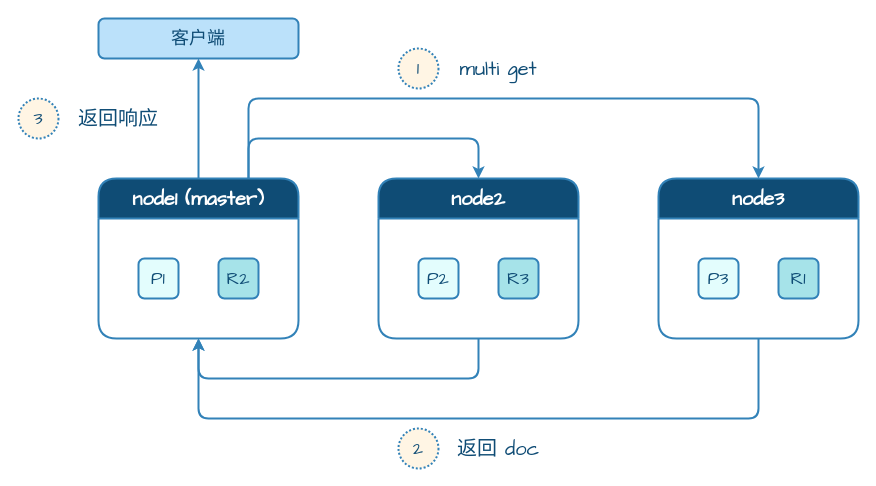
dunwu/waterdrop keeps this draw.io diagram as page "查询流程（Fetch）" (2 of 4) of assets/数据库/搜索引擎数据库/Elasticsearch_架构.drawio. Above is the earlier version. Source tidied: cells renumbered, new cells numbered last; positions are measured from the earlier drawing's top-left corner, leaving out a move shared by most shapes. Both pictures are drawn from the tidied source at 100%, with x=0, y=0 at pixel (18, 18).
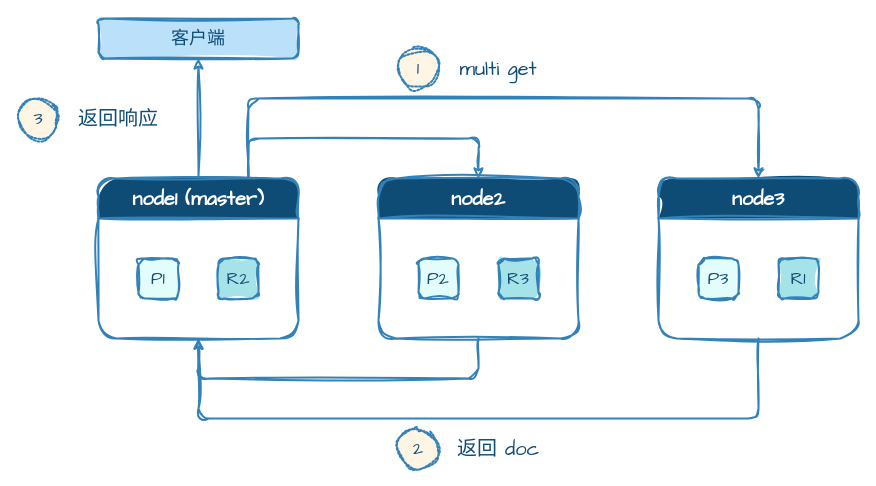
Above is the later version.

Change to the diagram source:
```diff
@@
-    <mxCell id="2" style="edgeStyle=orthogonalEdgeStyle;shape=connector;rounded=1;jettySize=auto;html=1;exitX=0.75;exitY=0;exitDx=0;exitDy=0;entryX=0.5;entryY=0;entryDx=0;entryDy=0;labelBackgroundColor=default;strokeColor=#3282B8;strokeWidth=2;align=center;verticalAlign=middle;fontFamily=Comic Sans MS;fontSize=18;fontColor=#0F4C75;endArrow=classic;" parent="1" edge="1" source="5" target="13">
+    <mxCell id="2" style="edgeStyle=orthogonalEdgeStyle;shape=connector;rounded=1;jettySize=auto;html=1;exitX=0.75;exitY=0;exitDx=0;exitDy=0;entryX=0.5;entryY=0;entryDx=0;entryDy=0;labelBackgroundColor=default;strokeColor=#3282B8;strokeWidth=2;align=center;verticalAlign=middle;fontFamily=Comic Sans MS;fontSize=18;fontColor=#0F4C75;endArrow=classic;sketch=1;curveFitting=1;jiggle=2;" parent="1" edge="1" source="5" target="13">
       <mxGeometry relative="1" as="geometry">
         <Array as="points">
           <mxPoint x="230" y="80" />
           <mxPoint x="740" y="80" />
         </Array>
       </mxGeometry>
     </mxCell>
-    <mxCell id="3" style="edgeStyle=orthogonalEdgeStyle;shape=connector;rounded=1;jettySize=auto;html=1;exitX=0.75;exitY=0;exitDx=0;exitDy=0;entryX=0.5;entryY=0;entryDx=0;entryDy=0;labelBackgroundColor=default;strokeColor=#3282B8;strokeWidth=2;align=center;verticalAlign=middle;fontFamily=Comic Sans MS;fontSize=18;fontColor=#0F4C75;endArrow=classic;" parent="1" edge="1" source="5" target="9">
+    <mxCell id="3" style="edgeStyle=orthogonalEdgeStyle;shape=connector;rounded=1;jettySize=auto;html=1;exitX=0.75;exitY=0;exitDx=0;exitDy=0;entryX=0.5;entryY=0;entryDx=0;entryDy=0;labelBackgroundColor=default;strokeColor=#3282B8;strokeWidth=2;align=center;verticalAlign=middle;fontFamily=Comic Sans MS;fontSize=18;fontColor=#0F4C75;endArrow=classic;sketch=1;curveFitting=1;jiggle=2;" parent="1" edge="1" source="5" target="9">
       <mxGeometry relative="1" as="geometry">
         <Array as="points">
           <mxPoint x="230" y="120" />
           <mxPoint x="460" y="120" />
         </Array>
       </mxGeometry>
     </mxCell>
-    <mxCell id="4" style="edgeStyle=orthogonalEdgeStyle;shape=connector;rounded=1;jettySize=auto;html=1;entryX=0.5;entryY=1;entryDx=0;entryDy=0;labelBackgroundColor=default;strokeColor=#3282B8;strokeWidth=2;align=center;verticalAlign=middle;fontFamily=Comic Sans MS;fontSize=18;fontColor=#0F4C75;endArrow=classic;" parent="1" edge="1" source="5" target="16">
+    <mxCell id="4" style="edgeStyle=orthogonalEdgeStyle;shape=connector;rounded=1;jettySize=auto;html=1;entryX=0.5;entryY=1;entryDx=0;entryDy=0;labelBackgroundColor=default;strokeColor=#3282B8;strokeWidth=2;align=center;verticalAlign=middle;fontFamily=Comic Sans MS;fontSize=18;fontColor=#0F4C75;endArrow=classic;sketch=1;curveFitting=1;jiggle=2;" parent="1" edge="1" source="5" target="16">
       <mxGeometry relative="1" as="geometry" />
     </mxCell>
-    <mxCell id="5" value="node1 (master)" style="swimlane;whiteSpace=wrap;html=1;rounded=1;shadow=0;strokeColor=#3282B8;strokeWidth=2;align=center;verticalAlign=middle;fontFamily=Comic Sans MS;fontSize=20;fontColor=#FFFFFF;fillColor=#0F4C75;startSize=40;fontStyle=1;swimlaneFillColor=none;swimlaneLine=1;" parent="1" vertex="1">
+    <mxCell id="5" value="node1 (master)" style="swimlane;whiteSpace=wrap;html=1;rounded=1;shadow=0;strokeColor=#3282B8;strokeWidth=2;align=center;verticalAlign=middle;fontFamily=Comic Sans MS;fontSize=20;fontColor=#FFFFFF;fillColor=#0F4C75;startSize=40;fontStyle=1;swimlaneFillColor=none;swimlaneLine=1;sketch=1;curveFitting=1;jiggle=2;fillStyle=solid;" parent="1" vertex="1">
       <mxGeometry x="80" y="160" width="200" height="160" as="geometry" />
     </mxCell>
-    <mxCell id="6" value="P1" style="rounded=1;whiteSpace=wrap;html=1;shadow=0;strokeColor=#3282B8;strokeWidth=2;align=center;verticalAlign=middle;spacing=20;fontFamily=Comic Sans MS;fontSize=18;fontColor=#0F4C75;fillColor=#E3FDFD;" parent="5" vertex="1">
+    <mxCell id="6" value="P1" style="rounded=1;whiteSpace=wrap;html=1;shadow=0;strokeColor=#3282B8;strokeWidth=2;align=center;verticalAlign=middle;spacing=20;fontFamily=Comic Sans MS;fontSize=18;fontColor=#0F4C75;fillColor=#E3FDFD;sketch=1;curveFitting=1;jiggle=2;fillStyle=solid;" parent="5" vertex="1">
       <mxGeometry x="40" y="80" width="40" height="40" as="geometry" />
     </mxCell>
-    <mxCell id="7" value="R2" style="rounded=1;whiteSpace=wrap;html=1;shadow=0;strokeColor=#3282B8;strokeWidth=2;align=center;verticalAlign=middle;spacing=20;fontFamily=Comic Sans MS;fontSize=18;fontColor=#0F4C75;fillColor=#A6E3E9;" parent="5" vertex="1">
+    <mxCell id="7" value="R2" style="rounded=1;whiteSpace=wrap;html=1;shadow=0;strokeColor=#3282B8;strokeWidth=2;align=center;verticalAlign=middle;spacing=20;fontFamily=Comic Sans MS;fontSize=18;fontColor=#0F4C75;fillColor=#A6E3E9;sketch=1;curveFitting=1;jiggle=2;fillStyle=solid;" parent="5" vertex="1">
       <mxGeometry x="120" y="80" width="40" height="40" as="geometry" />
     </mxCell>
-    <mxCell id="8" style="edgeStyle=orthogonalEdgeStyle;shape=connector;rounded=1;jettySize=auto;html=1;exitX=0.5;exitY=1;exitDx=0;exitDy=0;entryX=0.5;entryY=1;entryDx=0;entryDy=0;labelBackgroundColor=default;strokeColor=#3282B8;strokeWidth=2;align=center;verticalAlign=middle;fontFamily=Comic Sans MS;fontSize=18;fontColor=#0F4C75;endArrow=classic;" parent="1" edge="1" source="9" target="5">
+    <mxCell id="8" style="edgeStyle=orthogonalEdgeStyle;shape=connector;rounded=1;jettySize=auto;html=1;exitX=0.5;exitY=1;exitDx=0;exitDy=0;entryX=0.5;entryY=1;entryDx=0;entryDy=0;labelBackgroundColor=default;strokeColor=#3282B8;strokeWidth=2;align=center;verticalAlign=middle;fontFamily=Comic Sans MS;fontSize=18;fontColor=#0F4C75;endArrow=classic;sketch=1;curveFitting=1;jiggle=2;" parent="1" edge="1" source="9" target="5">
       <mxGeometry relative="1" as="geometry">
         <Array as="points">
           <mxPoint x="460" y="360" />
           <mxPoint x="180" y="360" />
         </Array>
       </mxGeometry>
     </mxCell>
-    <mxCell id="9" value="node2" style="swimlane;whiteSpace=wrap;html=1;rounded=1;shadow=0;strokeColor=#3282B8;strokeWidth=2;align=center;verticalAlign=middle;fontFamily=Comic Sans MS;fontSize=20;fontColor=#FFFFFF;fillColor=#0F4C75;startSize=40;fontStyle=1;swimlaneFillColor=none;swimlaneLine=1;" parent="1" vertex="1">
+    <mxCell id="9" value="node2" style="swimlane;whiteSpace=wrap;html=1;rounded=1;shadow=0;strokeColor=#3282B8;strokeWidth=2;align=center;verticalAlign=middle;fontFamily=Comic Sans MS;fontSize=20;fontColor=#FFFFFF;fillColor=#0F4C75;startSize=40;fontStyle=1;swimlaneFillColor=none;swimlaneLine=1;sketch=1;curveFitting=1;jiggle=2;fillStyle=solid;" parent="1" vertex="1">
       <mxGeometry x="360" y="160" width="200" height="160" as="geometry" />
     </mxCell>
-    <mxCell id="10" value="P2" style="rounded=1;whiteSpace=wrap;html=1;shadow=0;strokeColor=#3282B8;strokeWidth=2;align=center;verticalAlign=middle;spacing=20;fontFamily=Comic Sans MS;fontSize=18;fontColor=#0F4C75;fillColor=#E3FDFD;" parent="9" vertex="1">
+    <mxCell id="10" value="P2" style="rounded=1;whiteSpace=wrap;html=1;shadow=0;strokeColor=#3282B8;strokeWidth=2;align=center;verticalAlign=middle;spacing=20;fontFamily=Comic Sans MS;fontSize=18;fontColor=#0F4C75;fillColor=#E3FDFD;sketch=1;curveFitting=1;jiggle=2;fillStyle=solid;" parent="9" vertex="1">
       <mxGeometry x="40" y="80" width="40" height="40" as="geometry" />
     </mxCell>
-    <mxCell id="11" value="R3" style="rounded=1;whiteSpace=wrap;html=1;shadow=0;strokeColor=#3282B8;strokeWidth=2;align=center;verticalAlign=middle;spacing=20;fontFamily=Comic Sans MS;fontSize=18;fontColor=#0F4C75;fillColor=#A6E3E9;" parent="9" vertex="1">
+    <mxCell id="11" value="R3" style="rounded=1;whiteSpace=wrap;html=1;shadow=0;strokeColor=#3282B8;strokeWidth=2;align=center;verticalAlign=middle;spacing=20;fontFamily=Comic Sans MS;fontSize=18;fontColor=#0F4C75;fillColor=#A6E3E9;sketch=1;curveFitting=1;jiggle=2;fillStyle=solid;" parent="9" vertex="1">
       <mxGeometry x="120" y="80" width="40" height="40" as="geometry" />
     </mxCell>
-    <mxCell id="12" style="edgeStyle=orthogonalEdgeStyle;shape=connector;rounded=1;jettySize=auto;html=1;exitX=0.5;exitY=1;exitDx=0;exitDy=0;labelBackgroundColor=default;strokeColor=#3282B8;strokeWidth=2;align=center;verticalAlign=middle;fontFamily=Comic Sans MS;fontSize=18;fontColor=#0F4C75;endArrow=classic;entryX=0.5;entryY=1;entryDx=0;entryDy=0;" parent="1" edge="1" source="13" target="5">
+    <mxCell id="12" style="edgeStyle=orthogonalEdgeStyle;shape=connector;rounded=1;jettySize=auto;html=1;exitX=0.5;exitY=1;exitDx=0;exitDy=0;labelBackgroundColor=default;strokeColor=#3282B8;strokeWidth=2;align=center;verticalAlign=middle;fontFamily=Comic Sans MS;fontSize=18;fontColor=#0F4C75;endArrow=classic;entryX=0.5;entryY=1;entryDx=0;entryDy=0;sketch=1;curveFitting=1;jiggle=2;" parent="1" edge="1" source="13" target="5">
       <mxGeometry relative="1" as="geometry">
         <Array as="points">
           <mxPoint x="740" y="400" />
           <mxPoint x="180" y="400" />
         </Array>
       </mxGeometry>
     </mxCell>
-    <mxCell id="13" value="node3" style="swimlane;whiteSpace=wrap;html=1;rounded=1;shadow=0;strokeColor=#3282B8;strokeWidth=2;align=center;verticalAlign=middle;fontFamily=Comic Sans MS;fontSize=20;fontColor=#FFFFFF;fillColor=#0F4C75;startSize=40;fontStyle=1;swimlaneFillColor=none;swimlaneLine=1;" parent="1" vertex="1">
+    <mxCell id="13" value="node3" style="swimlane;whiteSpace=wrap;html=1;rounded=1;shadow=0;strokeColor=#3282B8;strokeWidth=2;align=center;verticalAlign=middle;fontFamily=Comic Sans MS;fontSize=20;fontColor=#FFFFFF;fillColor=#0F4C75;startSize=40;fontStyle=1;swimlaneFillColor=none;swimlaneLine=1;sketch=1;curveFitting=1;jiggle=2;fillStyle=solid;" parent="1" vertex="1">
       <mxGeometry x="640" y="160" width="200" height="160" as="geometry" />
     </mxCell>
-    <mxCell id="14" value="P3" style="rounded=1;whiteSpace=wrap;html=1;shadow=0;strokeColor=#3282B8;strokeWidth=2;align=center;verticalAlign=middle;spacing=20;fontFamily=Comic Sans MS;fontSize=18;fontColor=#0F4C75;fillColor=#E3FDFD;" parent="13" vertex="1">
+    <mxCell id="14" value="P3" style="rounded=1;whiteSpace=wrap;html=1;shadow=0;strokeColor=#3282B8;strokeWidth=2;align=center;verticalAlign=middle;spacing=20;fontFamily=Comic Sans MS;fontSize=18;fontColor=#0F4C75;fillColor=#E3FDFD;sketch=1;curveFitting=1;jiggle=2;fillStyle=solid;" parent="13" vertex="1">
       <mxGeometry x="40" y="80" width="40" height="40" as="geometry" />
     </mxCell>
-    <mxCell id="15" value="R1" style="rounded=1;whiteSpace=wrap;html=1;shadow=0;strokeColor=#3282B8;strokeWidth=2;align=center;verticalAlign=middle;spacing=20;fontFamily=Comic Sans MS;fontSize=18;fontColor=#0F4C75;fillColor=#A6E3E9;" parent="13" vertex="1">
+    <mxCell id="15" value="R1" style="rounded=1;whiteSpace=wrap;html=1;shadow=0;strokeColor=#3282B8;strokeWidth=2;align=center;verticalAlign=middle;spacing=20;fontFamily=Comic Sans MS;fontSize=18;fontColor=#0F4C75;fillColor=#A6E3E9;sketch=1;curveFitting=1;jiggle=2;fillStyle=solid;" parent="13" vertex="1">
       <mxGeometry x="120" y="80" width="40" height="40" as="geometry" />
     </mxCell>
-    <mxCell id="16" value="客户端" style="rounded=1;whiteSpace=wrap;html=1;shadow=0;strokeColor=#3282B8;strokeWidth=2;align=center;verticalAlign=middle;spacing=20;fontFamily=Comic Sans MS;fontSize=18;fontColor=#0F4C75;fillColor=#BBE1FA;" parent="1" vertex="1">
+    <mxCell id="16" value="客户端" style="rounded=1;whiteSpace=wrap;html=1;shadow=0;strokeColor=#3282B8;strokeWidth=2;align=center;verticalAlign=middle;spacing=20;fontFamily=Comic Sans MS;fontSize=18;fontColor=#0F4C75;fillColor=#BBE1FA;sketch=1;curveFitting=1;jiggle=2;fillStyle=solid;" parent="1" vertex="1">
       <mxGeometry x="80" width="200" height="40" as="geometry" />
     </mxCell>
-    <mxCell id="17" value="1" style="ellipse;whiteSpace=wrap;html=1;rounded=1;shadow=0;dashed=1;dashPattern=1 1;strokeColor=#3282B8;strokeWidth=2;align=center;verticalAlign=middle;spacing=10;fontFamily=Comic Sans MS;fontSize=18;fontColor=#0F4C75;fillColor=#FFF5E4;" parent="1" vertex="1">
+    <mxCell id="17" value="1" style="ellipse;whiteSpace=wrap;html=1;rounded=1;shadow=0;dashed=1;dashPattern=1 1;strokeColor=#3282B8;strokeWidth=2;align=center;verticalAlign=middle;spacing=10;fontFamily=Comic Sans MS;fontSize=18;fontColor=#0F4C75;fillColor=#FFF5E4;sketch=1;curveFitting=1;jiggle=2;fillStyle=solid;" parent="1" vertex="1">
       <mxGeometry x="380" y="30" width="40" height="40" as="geometry" />
     </mxCell>
-    <mxCell id="18" value="multi get" style="rounded=1;whiteSpace=wrap;html=1;strokeColor=none;fillColor=none;fontFamily=Comic Sans MS;fontStyle=0;fontColor=#0F4C75;shadow=0;fontSize=20;strokeWidth=2;dashed=1;dashPattern=1 1;align=center;verticalAlign=middle;spacingLeft=0;spacing=0;" parent="1" vertex="1">
+    <mxCell id="18" value="multi get" style="rounded=1;whiteSpace=wrap;html=1;strokeColor=none;fillColor=none;fontFamily=Comic Sans MS;fontStyle=0;fontColor=#0F4C75;shadow=0;fontSize=20;strokeWidth=2;dashed=1;dashPattern=1 1;align=center;verticalAlign=middle;spacingLeft=0;spacing=0;sketch=1;curveFitting=1;jiggle=2;" parent="1" vertex="1">
       <mxGeometry x="420" y="30" width="120" height="40" as="geometry" />
     </mxCell>
-    <mxCell id="19" value="2" style="ellipse;whiteSpace=wrap;html=1;rounded=1;shadow=0;dashed=1;dashPattern=1 1;strokeColor=#3282B8;strokeWidth=2;align=center;verticalAlign=middle;spacing=10;fontFamily=Comic Sans MS;fontSize=18;fontColor=#0F4C75;fillColor=#FFF5E4;" parent="1" vertex="1">
+    <mxCell id="19" value="2" style="ellipse;whiteSpace=wrap;html=1;rounded=1;shadow=0;dashed=1;dashPattern=1 1;strokeColor=#3282B8;strokeWidth=2;align=center;verticalAlign=middle;spacing=10;fontFamily=Comic Sans MS;fontSize=18;fontColor=#0F4C75;fillColor=#FFF5E4;sketch=1;curveFitting=1;jiggle=2;fillStyle=solid;" parent="1" vertex="1">
       <mxGeometry x="380" y="410" width="40" height="40" as="geometry" />
     </mxCell>
-    <mxCell id="20" value="返回 doc" style="rounded=1;whiteSpace=wrap;html=1;strokeColor=none;fillColor=none;fontFamily=Comic Sans MS;fontStyle=0;fontColor=#0F4C75;shadow=0;fontSize=20;strokeWidth=2;dashed=1;dashPattern=1 1;align=center;verticalAlign=middle;spacingLeft=0;spacing=0;" parent="1" vertex="1">
+    <mxCell id="20" value="返回 doc" style="rounded=1;whiteSpace=wrap;html=1;strokeColor=none;fillColor=none;fontFamily=Comic Sans MS;fontStyle=0;fontColor=#0F4C75;shadow=0;fontSize=20;strokeWidth=2;dashed=1;dashPattern=1 1;align=center;verticalAlign=middle;spacingLeft=0;spacing=0;sketch=1;curveFitting=1;jiggle=2;" parent="1" vertex="1">
       <mxGeometry x="420" y="410" width="120" height="40" as="geometry" />
     </mxCell>
-    <mxCell id="21" value="3" style="ellipse;whiteSpace=wrap;html=1;rounded=1;shadow=0;dashed=1;dashPattern=1 1;strokeColor=#3282B8;strokeWidth=2;align=center;verticalAlign=middle;spacing=10;fontFamily=Comic Sans MS;fontSize=18;fontColor=#0F4C75;fillColor=#FFF5E4;" parent="1" vertex="1">
+    <mxCell id="21" value="3" style="ellipse;whiteSpace=wrap;html=1;rounded=1;shadow=0;dashed=1;dashPattern=1 1;strokeColor=#3282B8;strokeWidth=2;align=center;verticalAlign=middle;spacing=10;fontFamily=Comic Sans MS;fontSize=18;fontColor=#0F4C75;fillColor=#FFF5E4;sketch=1;curveFitting=1;jiggle=2;fillStyle=solid;" parent="1" vertex="1">
       <mxGeometry y="80" width="40" height="40" as="geometry" />
     </mxCell>
-    <mxCell id="22" value="返回响应" style="rounded=1;whiteSpace=wrap;html=1;strokeColor=none;fillColor=none;fontFamily=Comic Sans MS;fontStyle=0;fontColor=#0F4C75;shadow=0;fontSize=20;strokeWidth=2;dashed=1;dashPattern=1 1;align=center;verticalAlign=middle;spacingLeft=0;spacing=0;" parent="1" vertex="1">
+    <mxCell id="22" value="返回响应" style="rounded=1;whiteSpace=wrap;html=1;strokeColor=none;fillColor=none;fontFamily=Comic Sans MS;fontStyle=0;fontColor=#0F4C75;shadow=0;fontSize=20;strokeWidth=2;dashed=1;dashPattern=1 1;align=center;verticalAlign=middle;spacingLeft=0;spacing=0;sketch=1;curveFitting=1;jiggle=2;" parent="1" vertex="1">
       <mxGeometry x="40" y="80" width="120" height="40" as="geometry" />
     </mxCell>
```
